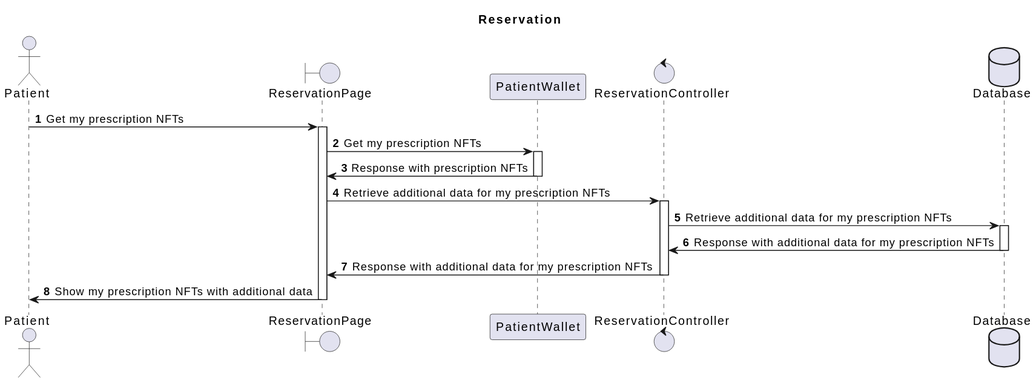
Before: uml/images/Reservation.svg, a diagram exported from PlantUML (CUPChain/webapp).
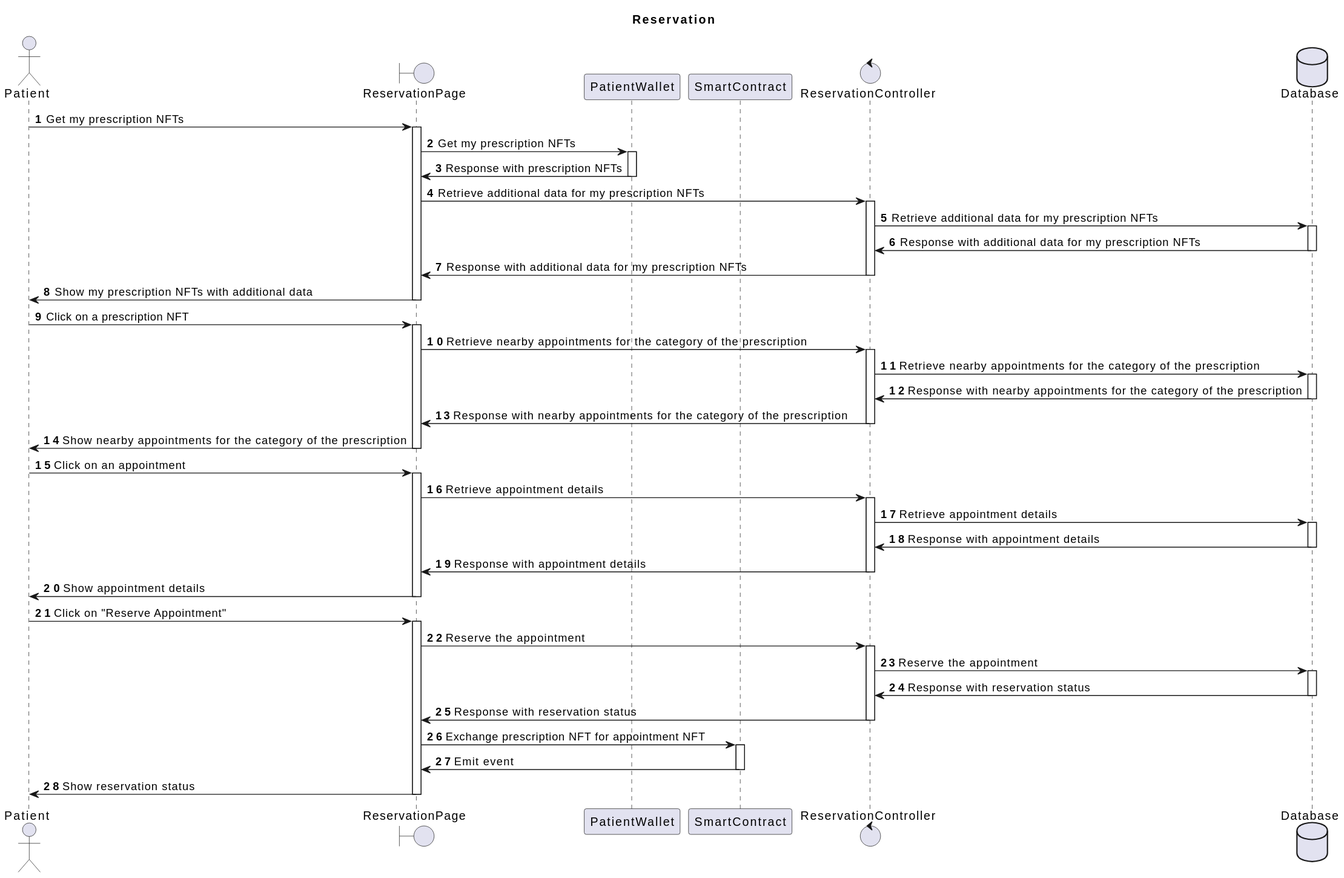
Above is the later version.

Diff of the diagram source:
```diff
@@ -5,6 +5,7 @@
 actor Patient as Patient
 boundary ReservationPage as ReservationPage
 participant PatientWallet as PatientWallet
+participant SmartContract as SmartContract
 control ReservationController as ReservationController
 database Database as Database
 
@@ -16,4 +17,27 @@
 Database -> ReservationController -- : Response with additional data for my prescription NFTs
 ReservationController -> ReservationPage -- : Response with additional data for my prescription NFTs
 ReservationPage -> Patient -- : Show my prescription NFTs with additional data
+
+Patient -> ReservationPage ++ : Click on a prescription NFT
+ReservationPage -> ReservationController ++ : Retrieve nearby appointments for the category of the prescription
+ReservationController -> Database ++ : Retrieve nearby appointments for the category of the prescription
+Database -> ReservationController -- : Response with nearby appointments for the category of the prescription
+ReservationController -> ReservationPage -- : Response with nearby appointments for the category of the prescription
+ReservationPage -> Patient -- : Show nearby appointments for the category of the prescription
+
+Patient -> ReservationPage ++ : Click on an appointment
+ReservationPage -> ReservationController ++ : Retrieve appointment details
+ReservationController -> Database ++ : Retrieve appointment details
+Database -> ReservationController -- : Response with appointment details
+ReservationController -> ReservationPage -- : Response with appointment details
+ReservationPage -> Patient -- : Show appointment details
+
+Patient -> ReservationPage ++ : Click on "Reserve Appointment"
+ReservationPage -> ReservationController ++ : Reserve the appointment
+ReservationController -> Database ++ : Reserve the appointment
+Database -> ReservationController -- : Response with reservation status
+ReservationController -> ReservationPage -- : Response with reservation status
+ReservationPage -> SmartContract ++ : Exchange prescription NFT for appointment NFT
+SmartContract -> ReservationPage -- : Emit event
+ReservationPage -> Patient -- : Show reservation status
 @enduml
```
